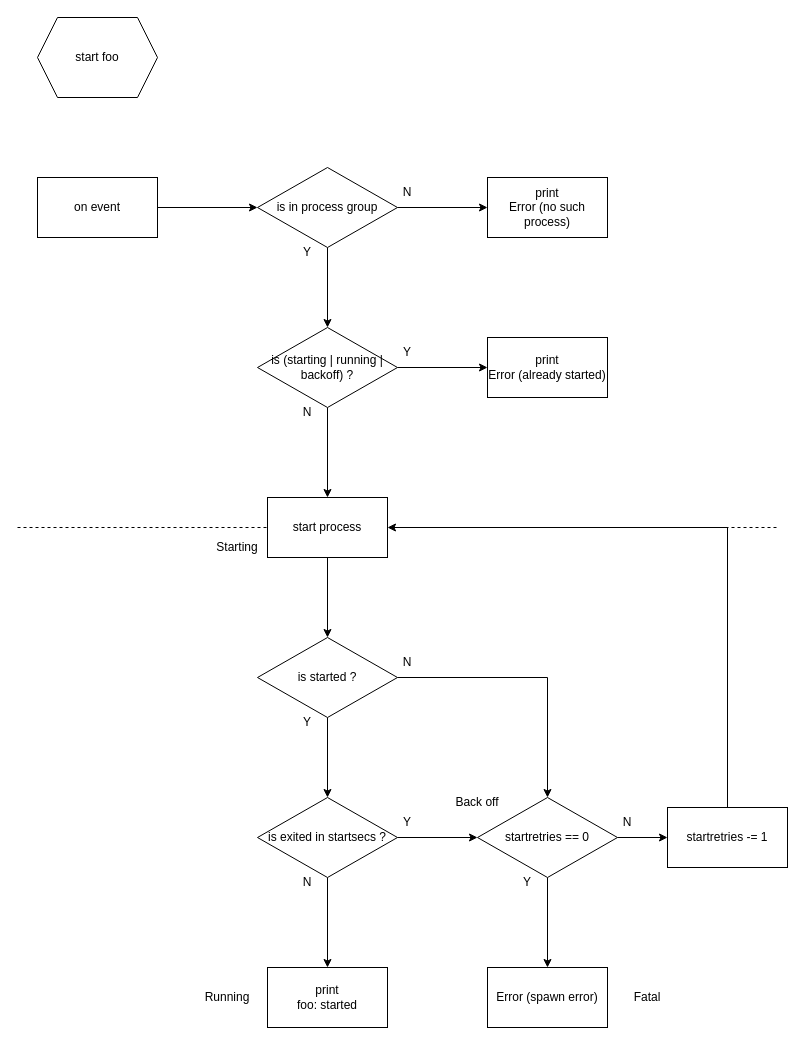
The draw.io diagram page "start" (2 of 6) of Untitled Diagram.drawio in exciting-supervisord/supervisor, before the edit. Source tidied: cells renumbered, new cells numbered last; positions are measured from the earlier drawing's top-left corner, leaving out a move shared by most shapes. Both pictures are drawn from the tidied source at 100%, with x=0, y=0 at pixel (17, 17).
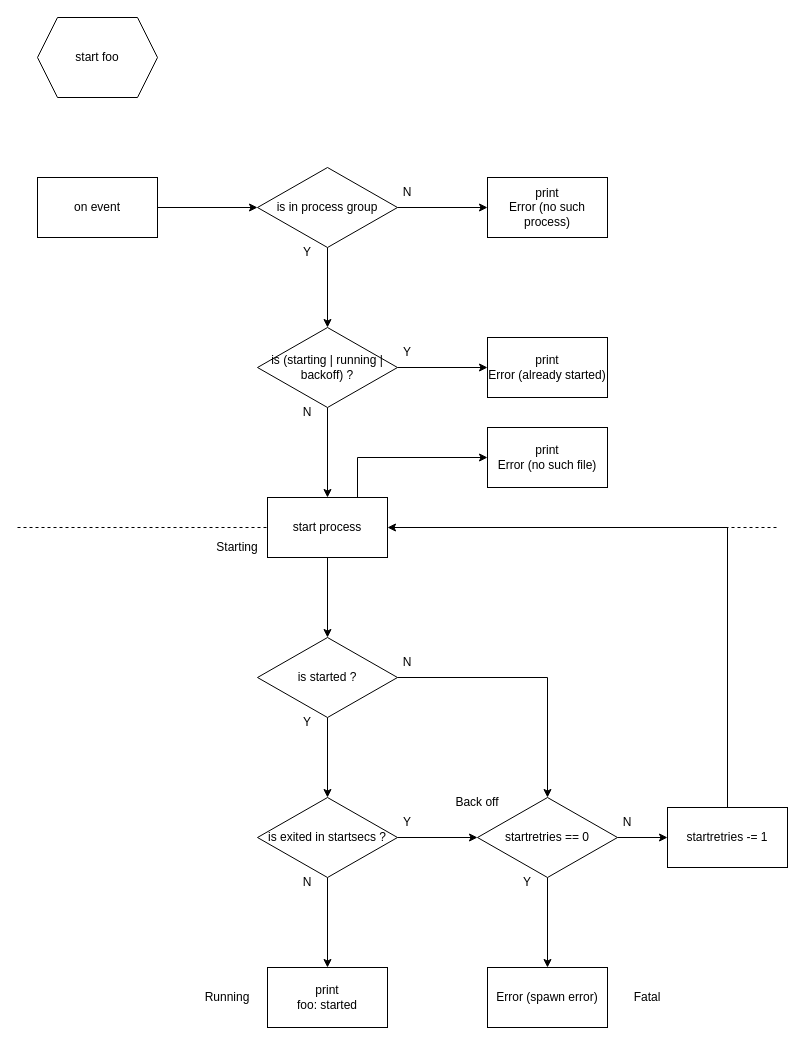
The same diagram, later.

Unchanged cells that the change refers to:
```xml
<mxCell id="15" value="start process" style="whiteSpace=wrap;html=1;rounded=0;" parent="1" vertex="1">
  <mxGeometry x="250" y="480" width="120" height="60" as="geometry" />
</mxCell>
```

What changed in the source:
```diff
@@
+    <mxCell id="43" style="edgeStyle=orthogonalEdgeStyle;rounded=0;jettySize=auto;html=1;exitX=0.75;exitY=0;exitDx=0;exitDy=0;entryX=0;entryY=0.5;entryDx=0;entryDy=0;" parent="1" edge="1" source="15" target="44">
+      <mxGeometry relative="1" as="geometry" />
+    </mxCell>
@@
+    <mxCell id="44" value="print&lt;br&gt;Error (no such file)" style="whiteSpace=wrap;html=1;rounded=0;" parent="1" vertex="1">
+      <mxGeometry x="470" y="410" width="120" height="60" as="geometry" />
+    </mxCell>
```
